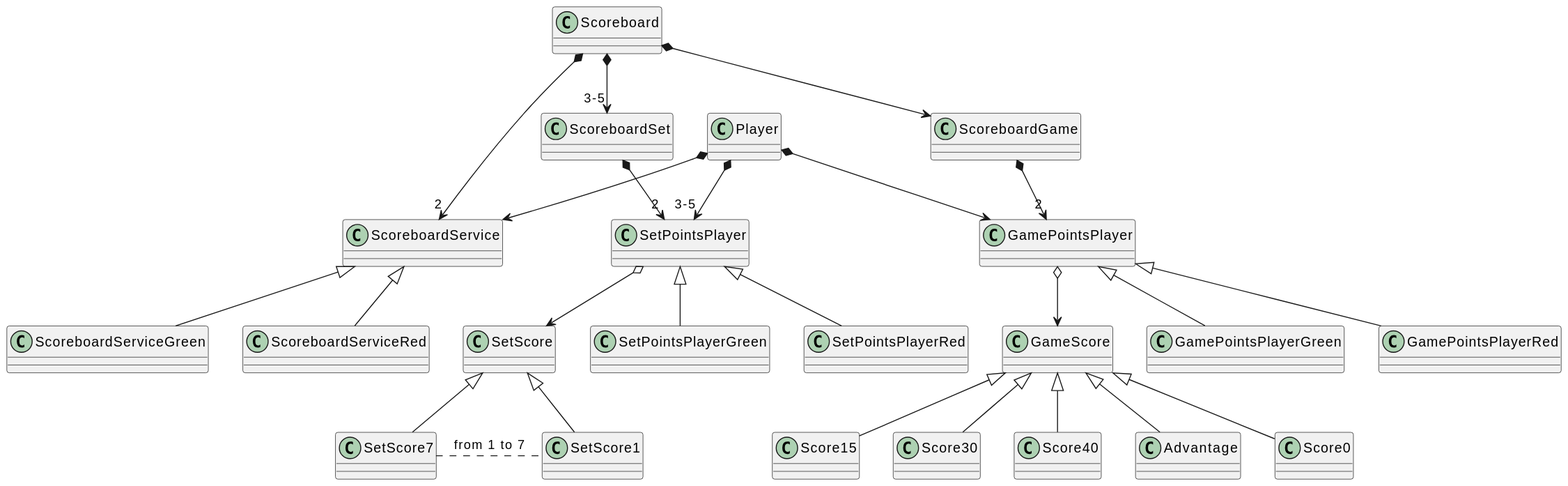
This is images/modelo-marcador-tenis.svg from midesweb/marcador-tenis, a PlantUML export, as it was before one commit. Its diagram source:
```plantuml
@startuml
class Scoreboard
class ScoreboardSet
class ScoreboardGame
class ScoreboardService

class SetPointsPlayer
class SetPointsPlayerGreen
class SetPointsPlayerRed
class GamePointsPlayer
class GamePointsPlayerGreen
class GamePointsPlayerRed

class GameScore
class Score0
class Score15
class Score30
class Score40
class Advantage

class SetScore
class SetScore1
class SetScore7

class Player

Scoreboard *--> "3-5" ScoreboardSet
ScoreboardSet *--> "2" SetPointsPlayer
SetPointsPlayerGreen -up-|> SetPointsPlayer
SetPointsPlayerRed -up-|> SetPointsPlayer

Scoreboard *--> ScoreboardGame
ScoreboardGame *--> "2" GamePointsPlayer
GamePointsPlayerGreen -up-|> GamePointsPlayer
GamePointsPlayerRed -up-|> GamePointsPlayer

GamePointsPlayer o-down-> GameScore
Score0 -up-|> GameScore
Score15 -up-|> GameScore
Score30 -up-|> GameScore
Score40 -up-|> GameScore
Advantage -up-|> GameScore

SetPointsPlayer o-down-> SetScore
SetScore1 -up-|> SetScore
SetScore7 -up-|> SetScore
SetScore1 .left. SetScore7 : from 1 to 7

Scoreboard *--> "2" ScoreboardService
ScoreboardServiceGreen -up-|> ScoreboardService
ScoreboardServiceRed -up-|> ScoreboardService

Player *--> GamePointsPlayer
Player *--> "3-5" SetPointsPlayer
Player *--> ScoreboardService
@enduml
```
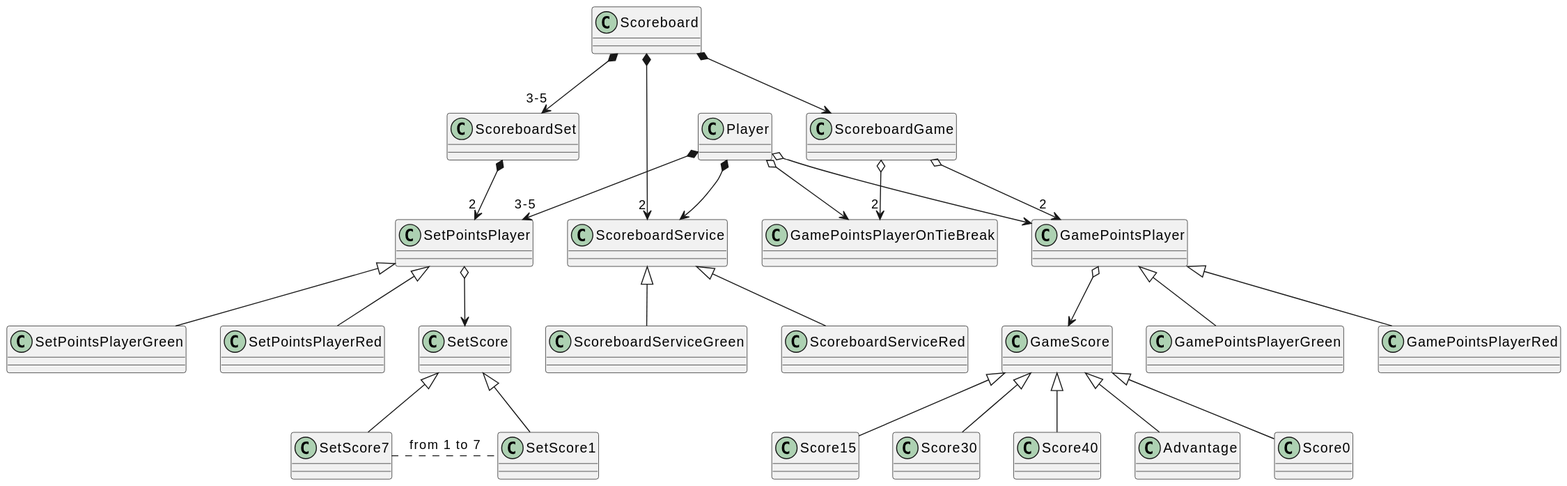
Above is the later version.

Commit message:
añadir tie break

The edit, as a diff of the source:
```diff
@@ -30,7 +30,7 @@
 SetPointsPlayerRed -up-|> SetPointsPlayer
 
 Scoreboard *--> ScoreboardGame
-ScoreboardGame *--> "2" GamePointsPlayer
+ScoreboardGame o--> "2" GamePointsPlayer
 GamePointsPlayerGreen -up-|> GamePointsPlayer
 GamePointsPlayerRed -up-|> GamePointsPlayer
 
@@ -41,6 +41,8 @@
 Score40 -up-|> GameScore
 Advantage -up-|> GameScore
 
+ScoreboardGame o-down-> "2" GamePointsPlayerOnTieBreak
+
 SetPointsPlayer o-down-> SetScore
 SetScore1 -up-|> SetScore
 SetScore7 -up-|> SetScore
@@ -50,7 +52,8 @@
 ScoreboardServiceGreen -up-|> ScoreboardService
 ScoreboardServiceRed -up-|> ScoreboardService
 
-Player *--> GamePointsPlayer
+Player o--> GamePointsPlayer
 Player *--> "3-5" SetPointsPlayer
 Player *--> ScoreboardService
+Player o--> GamePointsPlayerOnTieBreak
 @enduml
```
